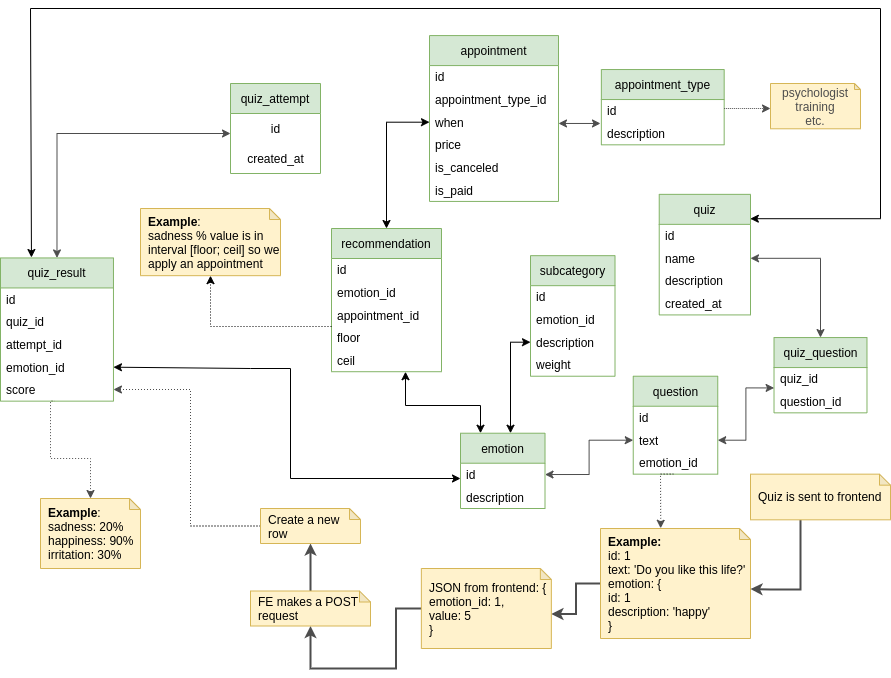
The draw.io diagram docs/test_diagram.drawio.png in emotional-help-competition/backend, before a commit. Source tidied: cells renumbered, new cells last; positions are measured from the earlier drawing's top-left corner, leaving out a move shared by most shapes.
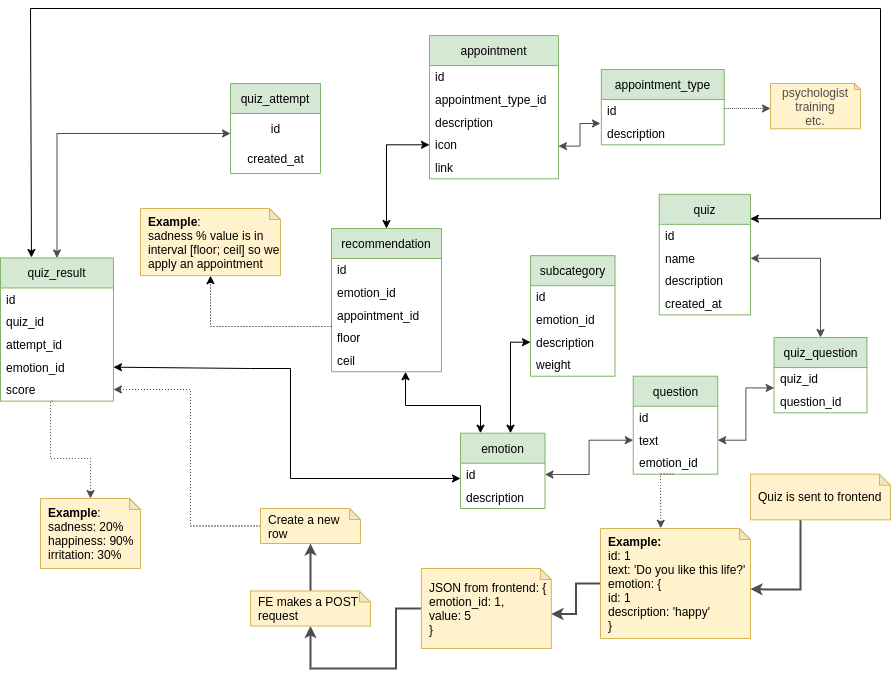
After the change.

Diff of the diagram source:
```diff
@@ -12,7 +12,7 @@
       <mxGeometry y="60" width="90" height="30" as="geometry" />
     </mxCell>
     <mxCell id="5" value="appointment" style="swimlane;fontStyle=0;horizontal=1;startSize=30;whiteSpace=wrap;html=1;fillColor=#d5e8d4;strokeColor=#82b366;" parent="1" vertex="1">
-      <mxGeometry x="429" y="27.1" width="129" height="165.8" as="geometry" />
+      <mxGeometry x="429" y="27.1" width="129" height="143.2" as="geometry" />
     </mxCell>
     <mxCell id="6" value="id" style="text;strokeColor=none;fillColor=none;align=left;verticalAlign=middle;spacingLeft=4;spacingRight=4;overflow=hidden;whiteSpace=wrap;html=1;" parent="5" vertex="1">
       <mxGeometry y="30" width="129" height="22.6" as="geometry" />
@@ -20,18 +20,15 @@
     <mxCell id="7" value="appointment_type_id" style="text;strokeColor=none;fillColor=none;align=left;verticalAlign=middle;spacingLeft=4;spacingRight=4;overflow=hidden;whiteSpace=wrap;html=1;" parent="5" vertex="1">
       <mxGeometry y="52.6" width="129" height="22.6" as="geometry" />
     </mxCell>
+    <mxCell id="74" value="description" style="text;strokeColor=none;fillColor=none;align=left;verticalAlign=middle;spacingLeft=4;spacingRight=4;overflow=hidden;whiteSpace=wrap;html=1;" parent="5" vertex="1">
+      <mxGeometry y="75.3" width="129" height="22.6" as="geometry" />
+    </mxCell>
-    <mxCell id="8" value="when" style="text;strokeColor=none;fillColor=none;align=left;verticalAlign=middle;spacingLeft=4;spacingRight=4;overflow=hidden;points=[[0,0.5],[1,0.5]];portConstraint=eastwest;whiteSpace=wrap;html=1;" parent="5" vertex="1">
-      <mxGeometry y="75.3" width="129" height="22.6" as="geometry" />
+    <mxCell id="8" value="icon" style="text;strokeColor=none;fillColor=none;align=left;verticalAlign=middle;spacingLeft=4;spacingRight=4;overflow=hidden;points=[[0,0.5],[1,0.5]];portConstraint=eastwest;whiteSpace=wrap;html=1;" parent="5" vertex="1">
+      <mxGeometry y="97.9" width="129" height="22.6" as="geometry" />
     </mxCell>
-    <mxCell id="9" value="price" style="text;strokeColor=none;fillColor=none;align=left;verticalAlign=middle;spacingLeft=4;spacingRight=4;overflow=hidden;whiteSpace=wrap;html=1;" parent="5" vertex="1">
-      <mxGeometry y="97.9" width="129" height="22.6" as="geometry" />
+    <mxCell id="9" value="link" style="text;strokeColor=none;fillColor=none;align=left;verticalAlign=middle;spacingLeft=4;spacingRight=4;overflow=hidden;whiteSpace=wrap;html=1;" parent="5" vertex="1">
+      <mxGeometry y="120.6" width="129" height="22.6" as="geometry" />
     </mxCell>
-    <mxCell id="10" value="is_canceled" style="text;strokeColor=none;fillColor=none;align=left;verticalAlign=middle;spacingLeft=4;spacingRight=4;overflow=hidden;whiteSpace=wrap;html=1;" parent="5" vertex="1">
-      <mxGeometry y="120.6" width="129" height="22.6" as="geometry" />
-    </mxCell>
-    <mxCell id="11" value="is_paid" style="text;strokeColor=none;fillColor=none;align=left;verticalAlign=middle;spacingLeft=4;spacingRight=4;overflow=hidden;whiteSpace=wrap;html=1;" parent="5" vertex="1">
-      <mxGeometry y="143.2" width="129" height="22.6" as="geometry" />
-    </mxCell>
     <mxCell id="12" value="appointment_type" style="swimlane;fontStyle=0;horizontal=1;startSize=30;whiteSpace=wrap;html=1;fillColor=#d5e8d4;strokeColor=#82b366;" parent="1" vertex="1">
       <mxGeometry x="600.9" y="61" width="122.8" height="75.3" as="geometry" />
     </mxCell>
```
